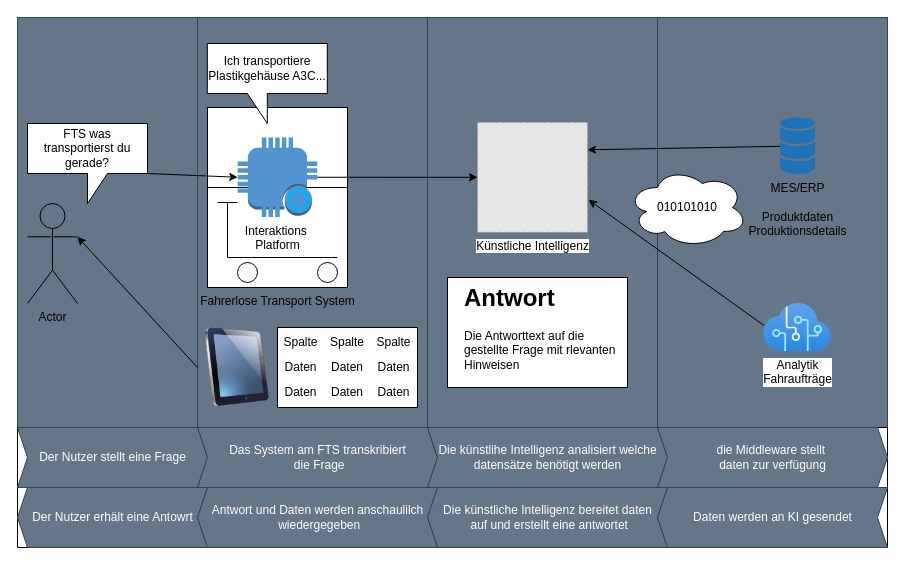
AlexanderRoempke/drawings keeps this draw.io diagram as Unbenanntes Diagramm.drawio. Above is the earlier version. Source tidied: cells renumbered, new cells numbered last; positions are measured from the earlier drawing's top-left corner, leaving out a move shared by most shapes. Both pictures are drawn from the tidied source at 100%, with x=0, y=0 at pixel (17, 17). Pictures stored in the file or linked from it are replaced by grey dashed boxes.
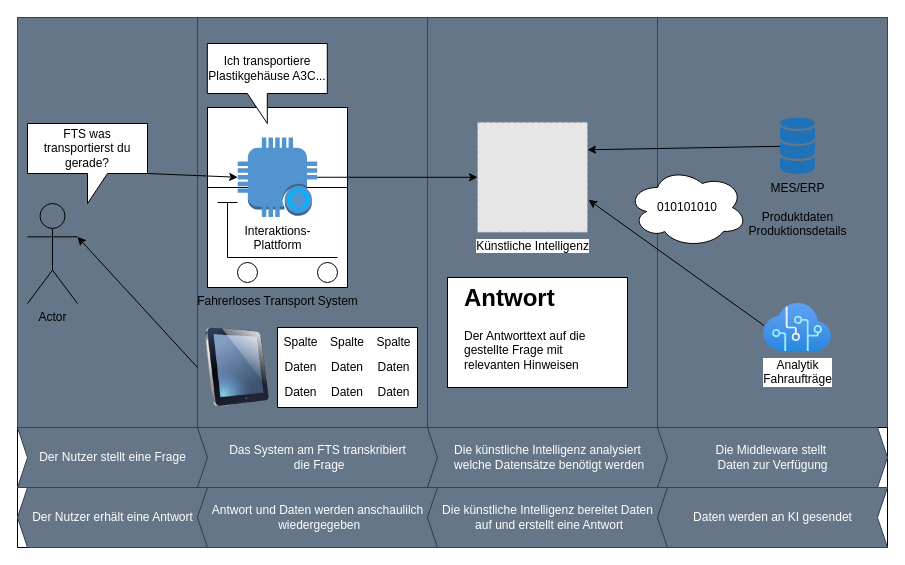
Above is the later version.

The edit, as a diff of the source:
```diff
@@
-    <mxCell id="9" value="Fahrerlose Transport System" style="verticalLabelPosition=bottom;align=center;dashed=0;html=1;verticalAlign=top;shape=mxgraph.pid.misc.forklift_(manual);strokeColor=default;" parent="1" vertex="1">
+    <mxCell id="9" value="Fahrerloses Transport System" style="verticalLabelPosition=bottom;align=center;dashed=0;html=1;verticalAlign=top;shape=mxgraph.pid.misc.forklift_(manual);strokeColor=default;" parent="1" vertex="1">
       <mxGeometry x="190" y="170" width="140" height="100" as="geometry" />
     </mxCell>
@@
-    <mxCell id="16" value="Interaktions&amp;nbsp;&lt;div&gt;Platform&lt;/div&gt;" style="outlineConnect=0;dashed=0;verticalLabelPosition=bottom;verticalAlign=top;align=center;html=1;shape=mxgraph.aws3.alexa_enabled_device;fillColor=#5294CF;gradientColor=none;" parent="1" vertex="1">
+    <mxCell id="16" value="Interaktions-&lt;div&gt;&lt;span style=&quot;background-color: transparent; color: light-dark(rgb(0, 0, 0), rgb(255, 255, 255));&quot;&gt;Plattform&lt;/span&gt;&lt;/div&gt;" style="outlineConnect=0;dashed=0;verticalLabelPosition=bottom;verticalAlign=top;align=center;html=1;shape=mxgraph.aws3.alexa_enabled_device;fillColor=#5294CF;gradientColor=none;" parent="1" vertex="1">
       <mxGeometry x="220.2" y="120" width="79.5" height="79.5" as="geometry" />
     </mxCell>
@@
-    <mxCell id="27" value="Die künstlihe Intelligenz analisiert welche&lt;div&gt;datensätze benötigt werden&lt;/div&gt;" style="html=1;shadow=0;dashed=0;align=center;verticalAlign=middle;shape=mxgraph.arrows2.arrow;dy=0;dx=10;notch=10;fillColor=#647687;fontColor=#ffffff;strokeColor=#314354;gradientColor=none;" parent="1" vertex="1">
+    <mxCell id="27" value="Die künstliche Intelligenz analysiert&lt;div&gt;&amp;nbsp;welche&amp;nbsp;&lt;span style=&quot;background-color: transparent; color: light-dark(rgb(255, 255, 255), rgb(18, 18, 18));&quot;&gt;Datensätze benötigt werden&lt;/span&gt;&lt;/div&gt;" style="html=1;shadow=0;dashed=0;align=center;verticalAlign=middle;shape=mxgraph.arrows2.arrow;dy=0;dx=10;notch=10;fillColor=#647687;fontColor=#ffffff;strokeColor=#314354;gradientColor=none;" parent="1" vertex="1">
       <mxGeometry x="410" y="410" width="240" height="60" as="geometry" />
     </mxCell>
-    <mxCell id="28" value="die Middleware stellt&amp;nbsp;&lt;div&gt;daten zur verfügung&lt;/div&gt;" style="html=1;shadow=0;dashed=0;align=center;verticalAlign=middle;shape=mxgraph.arrows2.arrow;dy=0;dx=10;notch=10;fillColor=#647687;fontColor=#ffffff;strokeColor=#314354;gradientColor=none;" parent="1" vertex="1">
+    <mxCell id="28" value="Die Middleware stellt&amp;nbsp;&lt;div&gt;Daten zur Verfügung&lt;/div&gt;" style="html=1;shadow=0;dashed=0;align=center;verticalAlign=middle;shape=mxgraph.arrows2.arrow;dy=0;dx=10;notch=10;fillColor=#647687;fontColor=#ffffff;strokeColor=#314354;gradientColor=none;" parent="1" vertex="1">
       <mxGeometry x="640" y="410" width="230" height="60" as="geometry" />
     </mxCell>
-    <mxCell id="29" value="Der Nutzer erhält eine Antowrt" style="html=1;shadow=0;dashed=0;align=center;verticalAlign=middle;shape=mxgraph.arrows2.arrow;dy=0;dx=10;notch=10;fillColor=#647687;fontColor=#ffffff;strokeColor=#314354;gradientColor=none;flipH=1;" parent="1" vertex="1">
+    <mxCell id="29" value="Der Nutzer erhält eine Antwort" style="html=1;shadow=0;dashed=0;align=center;verticalAlign=middle;shape=mxgraph.arrows2.arrow;dy=0;dx=10;notch=10;fillColor=#647687;fontColor=#ffffff;strokeColor=#314354;gradientColor=none;flipH=1;" parent="1" vertex="1">
       <mxGeometry y="470" width="190" height="60" as="geometry" />
     </mxCell>
@@
-    <mxCell id="31" value="Die künstliche Intelligenz bereitet daten&lt;div&gt;&amp;nbsp;auf und erstellt eine antwortet&lt;/div&gt;" style="html=1;shadow=0;dashed=0;align=center;verticalAlign=middle;shape=mxgraph.arrows2.arrow;dy=0;dx=10;notch=10;fillColor=#647687;fontColor=#ffffff;strokeColor=#314354;gradientColor=none;flipH=1;" parent="1" vertex="1">
+    <mxCell id="31" value="Die künstliche Intelligenz bereitet Daten&lt;div&gt;&amp;nbsp;auf und erstellt eine Antwort&lt;/div&gt;" style="html=1;shadow=0;dashed=0;align=center;verticalAlign=middle;shape=mxgraph.arrows2.arrow;dy=0;dx=10;notch=10;fillColor=#647687;fontColor=#ffffff;strokeColor=#314354;gradientColor=none;flipH=1;" parent="1" vertex="1">
       <mxGeometry x="410" y="470" width="240" height="60" as="geometry" />
     </mxCell>
@@
-    <mxCell id="35" value="&lt;h1 style=&quot;margin-top: 0px;&quot;&gt;Antwort&lt;/h1&gt;&lt;p&gt;Die Antworttext auf die gestellte Frage mit rlevanten Hinweisen&lt;/p&gt;" style="text;html=1;whiteSpace=wrap;overflow=hidden;rounded=0;" parent="1" vertex="1">
+    <mxCell id="35" value="&lt;h1 style=&quot;margin-top: 0px;&quot;&gt;Antwort&lt;/h1&gt;&lt;p&gt;Der Antworttext auf die gestellte Frage mit relevanten Hinweisen&lt;/p&gt;" style="text;html=1;whiteSpace=wrap;overflow=hidden;rounded=0;" parent="1" vertex="1">
       <mxGeometry x="445" y="260" width="160" height="110" as="geometry" />
     </mxCell>
```
